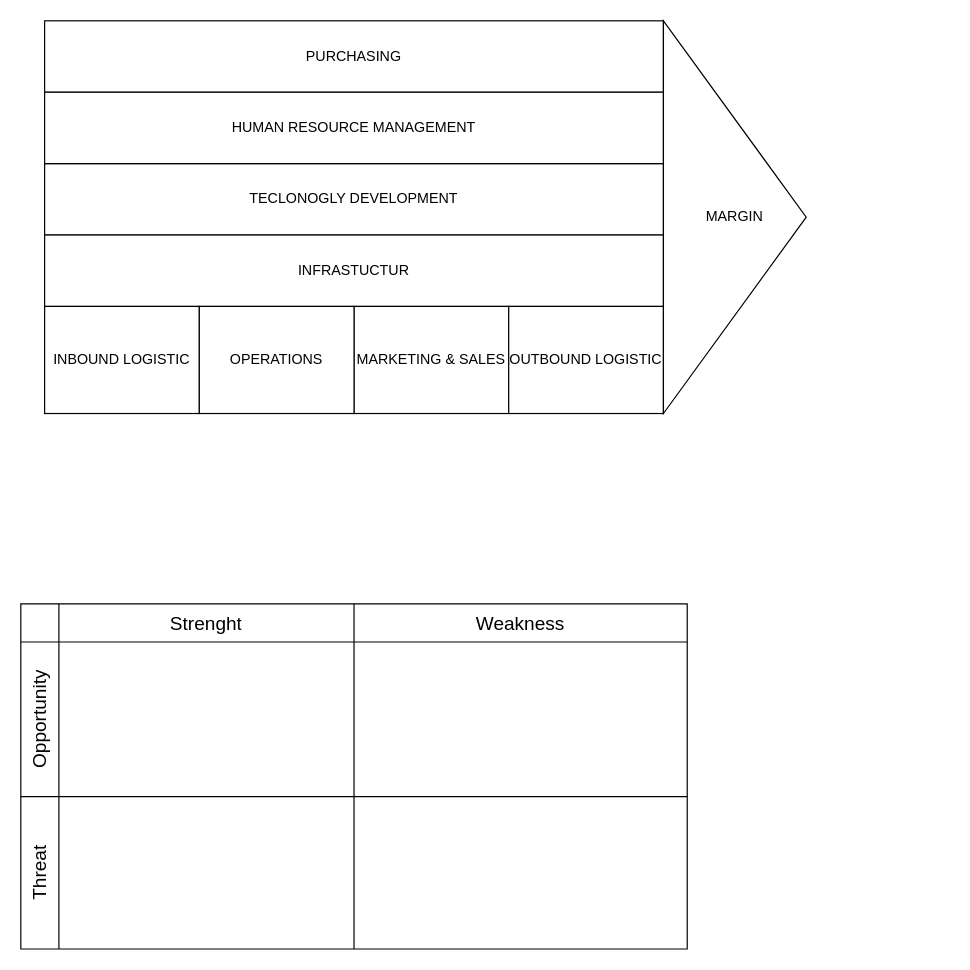
This is PSSI-PAPER-DIAGRAM.drawio from xoghub/diagrams, a draw.io file, before an edit. Source tidied: cells renumbered, new cells numbered last; positions are measured from the earlier drawing's top-left corner, leaving out a move shared by most shapes. Both pictures are drawn from the tidied source at 119%, with x=0, y=0 at pixel (20, 20).
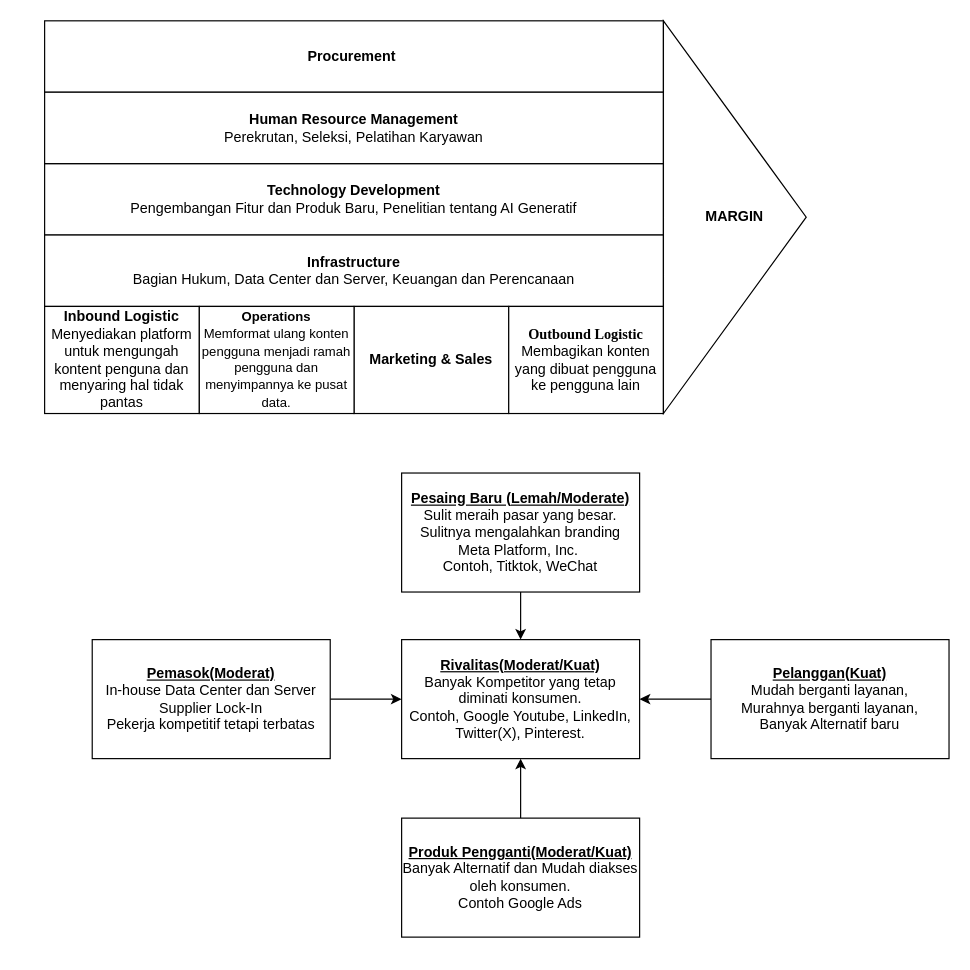
The same page after the edit.

Diff of the diagram source:
```diff
@@
-    <mxCell id="2" style="shape=table;startSize=0;childLayout=tableLayout;fontSize=16;" parent="1" vertex="1">
-      <mxGeometry y="490" width="560" height="290" as="geometry" />
-    </mxCell>
-    <mxCell id="3" style="shape=tableRow;horizontal=0;startSize=0;swimlaneHead=0;swimlaneBody=0;strokeColor=inherit;top=0;left=0;bottom=0;right=0;fillColor=none;fontSize=16;" parent="2" vertex="1">
-      <mxGeometry width="560" height="32" as="geometry" />
-    </mxCell>
-    <mxCell id="4" style="shape=partialRectangle;html=1;whiteSpace=wrap;strokeColor=inherit;overflow=hidden;fillColor=none;top=0;left=0;bottom=0;right=0;fontSize=16;" parent="3" vertex="1">
-      <mxGeometry width="32" height="32" as="geometry" />
-    </mxCell>
-    <mxCell id="5" value="Strenght" style="shape=partialRectangle;html=1;whiteSpace=wrap;strokeColor=inherit;overflow=hidden;fillColor=none;top=0;left=0;bottom=0;right=0;fontSize=16;" parent="3" vertex="1">
-      <mxGeometry x="32" width="248" height="32" as="geometry" />
-    </mxCell>
-    <mxCell id="6" value="Weakness" style="shape=partialRectangle;html=1;whiteSpace=wrap;strokeColor=inherit;overflow=hidden;fillColor=none;top=0;left=0;bottom=0;right=0;fontSize=16;" parent="3" vertex="1">
-      <mxGeometry x="280" width="280" height="32" as="geometry" />
-    </mxCell>
-    <mxCell id="7" style="shape=tableRow;horizontal=0;startSize=0;swimlaneHead=0;swimlaneBody=0;strokeColor=inherit;top=0;left=0;bottom=0;right=0;fillColor=none;fontSize=16;" parent="2" vertex="1">
-      <mxGeometry y="32" width="560" height="130" as="geometry" />
-    </mxCell>
-    <mxCell id="8" value="Opportunity" style="shape=partialRectangle;html=1;whiteSpace=wrap;strokeColor=inherit;overflow=hidden;fillColor=none;top=0;left=0;bottom=0;right=0;fontSize=16;horizontal=0;" parent="7" vertex="1">
-      <mxGeometry width="32" height="130" as="geometry" />
-    </mxCell>
-    <mxCell id="9" style="shape=partialRectangle;html=1;whiteSpace=wrap;strokeColor=inherit;overflow=hidden;fillColor=none;top=0;left=0;bottom=0;right=0;fontSize=16;" parent="7" vertex="1">
-      <mxGeometry x="32" width="248" height="130" as="geometry" />
-    </mxCell>
-    <mxCell id="10" style="shape=partialRectangle;html=1;whiteSpace=wrap;strokeColor=inherit;overflow=hidden;fillColor=none;top=0;left=0;bottom=0;right=0;fontSize=16;" parent="7" vertex="1">
-      <mxGeometry x="280" width="280" height="130" as="geometry" />
-    </mxCell>
-    <mxCell id="11" style="shape=tableRow;horizontal=0;startSize=0;swimlaneHead=0;swimlaneBody=0;strokeColor=inherit;top=0;left=0;bottom=0;right=0;fillColor=none;fontSize=16;" parent="2" vertex="1">
-      <mxGeometry y="162" width="560" height="128" as="geometry" />
-    </mxCell>
-    <mxCell id="12" value="Threat" style="shape=partialRectangle;html=1;whiteSpace=wrap;strokeColor=inherit;overflow=hidden;fillColor=none;top=0;left=0;bottom=0;right=0;fontSize=16;horizontal=0;" parent="11" vertex="1">
-      <mxGeometry width="32" height="128" as="geometry" />
-    </mxCell>
-    <mxCell id="13" style="shape=partialRectangle;html=1;whiteSpace=wrap;strokeColor=inherit;overflow=hidden;fillColor=none;top=0;left=0;bottom=0;right=0;fontSize=16;" parent="11" vertex="1">
-      <mxGeometry x="32" width="248" height="128" as="geometry" />
-    </mxCell>
-    <mxCell id="14" style="shape=partialRectangle;html=1;whiteSpace=wrap;strokeColor=inherit;overflow=hidden;fillColor=none;top=0;left=0;bottom=0;right=0;fontSize=16;" parent="11" vertex="1">
-      <mxGeometry x="280" width="280" height="128" as="geometry" />
-    </mxCell>
-    <mxCell id="15" value="PURCHASING" style="rounded=0;whiteSpace=wrap;html=1;" parent="1" vertex="1">
+    <mxCell id="15" value="&lt;b&gt;Procurement&amp;nbsp;&lt;/b&gt;" style="rounded=0;whiteSpace=wrap;html=1;" parent="1" vertex="1">
       <mxGeometry x="20" width="520" height="60" as="geometry" />
     </mxCell>
-    <mxCell id="16" value="TECLONOGLY DEVELOPMENT" style="rounded=0;whiteSpace=wrap;html=1;" parent="1" vertex="1">
+    <mxCell id="16" value="&lt;b&gt;Technology Development&lt;/b&gt;&lt;div&gt;Pengembangan Fitur dan Produk Baru, Penelitian tentang AI Generatif&lt;br&gt;&lt;/div&gt;" style="rounded=0;whiteSpace=wrap;html=1;" parent="1" vertex="1">
       <mxGeometry x="20" y="120" width="520" height="60" as="geometry" />
     </mxCell>
-    <mxCell id="17" value="HUMAN RESOURCE MANAGEMENT" style="rounded=0;whiteSpace=wrap;html=1;" parent="1" vertex="1">
+    <mxCell id="17" value="&lt;div&gt;&lt;b&gt;Human Resource Management&lt;/b&gt;&lt;/div&gt;&lt;div&gt;Perekrutan, Seleksi, Pelatihan Karyawan&lt;/div&gt;" style="rounded=0;whiteSpace=wrap;html=1;" parent="1" vertex="1">
       <mxGeometry x="20" y="60" width="520" height="60" as="geometry" />
     </mxCell>
-    <mxCell id="18" value="INFRASTUCTUR" style="rounded=0;whiteSpace=wrap;html=1;" parent="1" vertex="1">
+    <mxCell id="18" value="&lt;span style=&quot;text-indent: 0cm; background-color: initial;&quot;&gt;&lt;b&gt;Infrastructure&lt;/b&gt;&lt;/span&gt;&lt;div&gt;Bagian Hukum, Data Center dan Server, Keuangan dan Perencanaan&lt;br&gt;&lt;/div&gt;" style="rounded=0;whiteSpace=wrap;html=1;" parent="1" vertex="1">
       <mxGeometry x="20" y="180" width="520" height="60" as="geometry" />
     </mxCell>
-    <mxCell id="19" value="INBOUND LOGISTIC" style="rounded=0;whiteSpace=wrap;html=1;" parent="1" vertex="1">
+    <mxCell id="19" value="&lt;div&gt;&lt;b&gt;Inbound Logistic&lt;/b&gt;&lt;/div&gt;&lt;div&gt;Menyediakan platform untuk mengungah kontent penguna dan menyaring hal tidak pantas&lt;/div&gt;" style="rounded=0;whiteSpace=wrap;html=1;" parent="1" vertex="1">
       <mxGeometry x="20" y="240" width="130" height="90" as="geometry" />
     </mxCell>
-    <mxCell id="20" value="MARKETING &amp;amp; SALES" style="rounded=0;whiteSpace=wrap;html=1;" parent="1" vertex="1">
+    <mxCell id="20" value="&lt;div&gt;&lt;b&gt;&lt;span style=&quot;&quot; lang=&quot;SV&quot;&gt;&lt;font style=&quot;font-size: 12px;&quot;&gt;Marketing &amp;amp; Sales&lt;/font&gt;&lt;/span&gt;&lt;/b&gt;&lt;br&gt;&lt;/div&gt;" style="rounded=0;whiteSpace=wrap;html=1;" parent="1" vertex="1">
       <mxGeometry x="280" y="240" width="130" height="90" as="geometry" />
     </mxCell>
-    <mxCell id="21" value="OUTBOUND LOGISTIC" style="rounded=0;whiteSpace=wrap;html=1;" parent="1" vertex="1">
+    <mxCell id="21" value="&lt;div style=&quot;&quot;&gt;&lt;b style=&quot;background-color: initial;&quot;&gt;&lt;span style=&quot;font-family: &amp;quot;Times New Roman&amp;quot;, serif;&quot; lang=&quot;SV&quot;&gt;&lt;font style=&quot;font-size: 12px;&quot;&gt;Outbound Logistic&lt;/font&gt;&lt;/span&gt;&lt;/b&gt;&lt;/div&gt;&lt;div style=&quot;&quot;&gt;Membagikan konten yang dibuat pengguna ke pengguna lain&lt;br&gt;&lt;/div&gt;" style="rounded=0;whiteSpace=wrap;html=1;" parent="1" vertex="1">
       <mxGeometry x="410" y="240" width="130" height="90" as="geometry" />
     </mxCell>
-    <mxCell id="22" value="OPERATIONS" style="rounded=0;whiteSpace=wrap;html=1;" parent="1" vertex="1">
+    <mxCell id="22" value="&lt;div style=&quot;font-size: 11px;&quot;&gt;&lt;font style=&quot;font-size: 11px;&quot;&gt;&lt;b&gt;&lt;span style=&quot;&quot; lang=&quot;SV&quot;&gt;Operations&lt;/span&gt;&lt;/b&gt;&lt;br&gt;&lt;/font&gt;&lt;/div&gt;&lt;div style=&quot;&quot;&gt;&lt;span style=&quot;font-size: 11px;&quot;&gt;Memformat ulang konten pengguna menjadi ramah pengguna dan menyimpannya ke pusat data.&lt;/span&gt;&lt;br&gt;&lt;/div&gt;" style="rounded=0;whiteSpace=wrap;html=1;" parent="1" vertex="1">
       <mxGeometry x="150" y="240" width="130" height="90" as="geometry" />
     </mxCell>
-    <mxCell id="23" value="MARGIN" style="triangle;whiteSpace=wrap;html=1;" parent="1" vertex="1">
+    <mxCell id="23" value="&lt;b&gt;MARGIN&lt;/b&gt;" style="triangle;whiteSpace=wrap;html=1;" parent="1" vertex="1">
       <mxGeometry x="540" width="120" height="330" as="geometry" />
     </mxCell>
+    <mxCell id="24" value="&lt;b&gt;&lt;u&gt;Rivalitas(Moderat/Kuat)&lt;/u&gt;&lt;/b&gt;&lt;div&gt;&lt;div&gt;Banyak Kompetitor yang tetap diminati konsumen.&lt;/div&gt;&lt;div&gt;Contoh, Google Youtube, LinkedIn, Twitter(X), Pinterest.&lt;/div&gt;&lt;/div&gt;" style="rounded=0;whiteSpace=wrap;html=1;" parent="1" vertex="1">
+      <mxGeometry x="320" y="520" width="200" height="100" as="geometry" />
+    </mxCell>
+    <mxCell id="25" style="edgeStyle=orthogonalEdgeStyle;rounded=0;jettySize=auto;html=1;" parent="1" edge="1" source="26" target="24">
+      <mxGeometry relative="1" as="geometry" />
+    </mxCell>
+    <mxCell id="26" value="&lt;b&gt;&lt;u&gt;Pesaing Baru (Lemah/Moderate)&lt;/u&gt;&lt;/b&gt;&lt;div&gt;Sulit meraih pasar yang besar.&lt;/div&gt;&lt;div&gt;Sulitnya mengalahkan branding Meta Platform, Inc.&lt;span style=&quot;background-color: initial;&quot;&gt;&amp;nbsp;&lt;/span&gt;&lt;/div&gt;&lt;div&gt;Contoh, Titktok, WeChat&lt;/div&gt;" style="whiteSpace=wrap;html=1;rounded=0;" parent="1" vertex="1">
+      <mxGeometry x="320" y="380" width="200" height="100" as="geometry" />
+    </mxCell>
+    <mxCell id="27" style="edgeStyle=orthogonalEdgeStyle;rounded=0;jettySize=auto;html=1;" parent="1" edge="1" source="28" target="24">
+      <mxGeometry relative="1" as="geometry" />
+    </mxCell>
+    <mxCell id="28" value="&lt;b&gt;&lt;u&gt;Pelanggan(Kuat)&lt;/u&gt;&lt;/b&gt;&lt;div&gt;Mudah berganti layanan,&lt;/div&gt;&lt;div&gt;Murahnya berganti layanan,&lt;/div&gt;&lt;div&gt;Banyak Alternatif baru&lt;/div&gt;" style="whiteSpace=wrap;html=1;rounded=0;" parent="1" vertex="1">
+      <mxGeometry x="580" y="520" width="200" height="100" as="geometry" />
+    </mxCell>
+    <mxCell id="29" style="edgeStyle=orthogonalEdgeStyle;rounded=0;jettySize=auto;html=1;" parent="1" edge="1" source="30" target="24">
+      <mxGeometry relative="1" as="geometry" />
+    </mxCell>
+    <mxCell id="30" value="&lt;b&gt;&lt;u&gt;Pemasok(Moderat)&lt;/u&gt;&lt;/b&gt;&lt;div&gt;In-house&amp;nbsp;&lt;span style=&quot;background-color: initial;&quot;&gt;Data Center dan Server&lt;/span&gt;&lt;/div&gt;&lt;div&gt;&lt;span style=&quot;background-color: initial;&quot;&gt;Supplier Lock-In&lt;/span&gt;&lt;/div&gt;&lt;div&gt;&lt;span style=&quot;background-color: initial;&quot;&gt;Pekerja&amp;nbsp;&lt;/span&gt;&lt;span style=&quot;background-color: initial;&quot;&gt;kompetitif&amp;nbsp;&lt;/span&gt;&lt;span style=&quot;background-color: initial;&quot;&gt;tetapi&amp;nbsp;&lt;/span&gt;&lt;span style=&quot;background-color: initial;&quot;&gt;terbatas&lt;/span&gt;&lt;/div&gt;" style="whiteSpace=wrap;html=1;rounded=0;" parent="1" vertex="1">
+      <mxGeometry x="60" y="520" width="200" height="100" as="geometry" />
+    </mxCell>
+    <mxCell id="31" style="edgeStyle=orthogonalEdgeStyle;rounded=0;jettySize=auto;html=1;" parent="1" edge="1" source="32" target="24">
+      <mxGeometry relative="1" as="geometry" />
+    </mxCell>
+    <mxCell id="32" value="&lt;div style=&quot;direction: rtl;&quot;&gt;&lt;b style=&quot;background-color: initial;&quot;&gt;&lt;u&gt;Produk Pengganti(Moderat/Kuat)&lt;/u&gt;&lt;/b&gt;&lt;/div&gt;&lt;div&gt;Banyak Alternatif dan Mudah diakses oleh konsumen.&lt;/div&gt;&lt;div&gt;Contoh Google Ads&lt;/div&gt;" style="whiteSpace=wrap;html=1;rounded=0;" parent="1" vertex="1">
+      <mxGeometry x="320" y="670" width="200" height="100" as="geometry" />
+    </mxCell>
```
